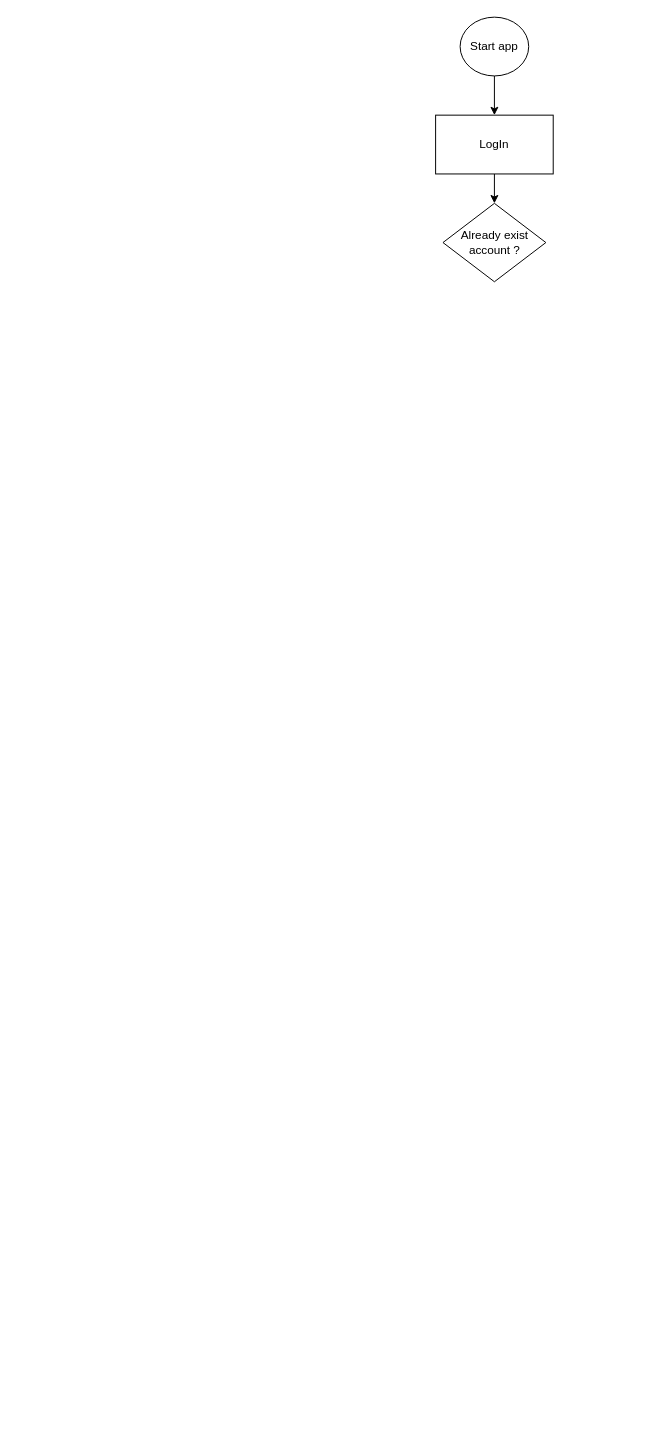
The draw.io diagram Untitled Diagram.drawio in vp656768/Business-Analyst, before the edit. Source tidied: cells renumbered, new cells numbered last; positions are measured from the earlier drawing's top-left corner, leaving out a move shared by most shapes. Both pictures are drawn from the tidied source at 98%, with x=0, y=0 at pixel (435, 17).
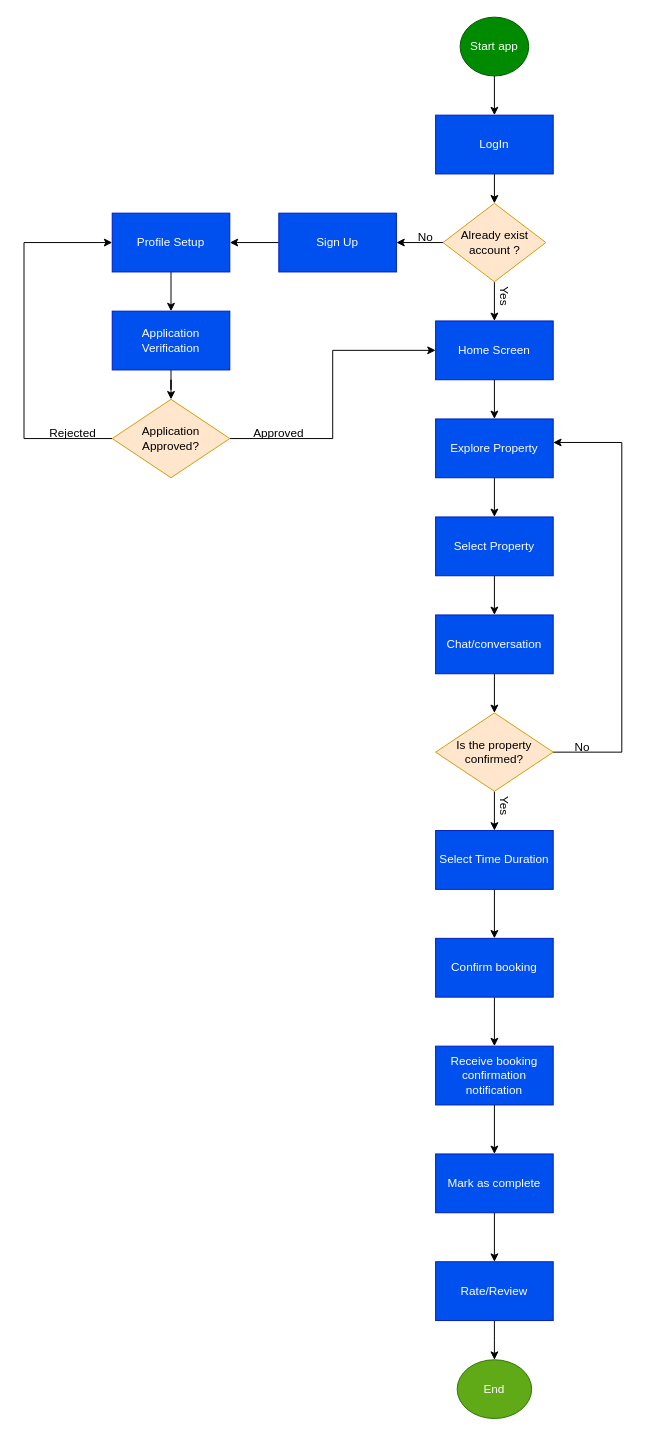
The same page after the edit.

The edit, as a diff of the source:
```diff
@@
-    <mxCell id="3" value="Start app" style="ellipse;whiteSpace=wrap;html=1;" parent="1" vertex="1">
+    <mxCell id="3" value="Start app" style="ellipse;whiteSpace=wrap;html=1;fillColor=#008a00;fontColor=#ffffff;strokeColor=#005700;" parent="1" vertex="1">
       <mxGeometry x="25" width="70" height="60" as="geometry" />
     </mxCell>
@@
-    <mxCell id="5" value="LogIn" style="whiteSpace=wrap;html=1;" parent="1" vertex="1">
+    <mxCell id="5" value="LogIn" style="whiteSpace=wrap;html=1;fillColor=#0050ef;fontColor=#ffffff;strokeColor=#001DBC;" parent="1" vertex="1">
       <mxGeometry y="100" width="120" height="60" as="geometry" />
     </mxCell>
+    <mxCell id="7" style="edgeStyle=orthogonalEdgeStyle;rounded=0;jettySize=auto;html=1;" parent="1" edge="1" source="6" target="10">
+      <mxGeometry relative="1" as="geometry" />
+    </mxCell>
+    <mxCell id="8" style="edgeStyle=orthogonalEdgeStyle;rounded=0;jettySize=auto;html=1;" parent="1" edge="1" source="6" target="12">
+      <mxGeometry relative="1" as="geometry" />
+    </mxCell>
-    <mxCell id="6" value="Already exist account ?" style="rhombus;whiteSpace=wrap;html=1;" parent="1" vertex="1">
+    <mxCell id="6" value="Already exist account ?" style="rhombus;whiteSpace=wrap;html=1;fillColor=#ffe6cc;strokeColor=#d79b00;" parent="1" vertex="1">
       <mxGeometry x="7.5" y="190" width="105" height="80" as="geometry" />
     </mxCell>
+    <mxCell id="9" style="edgeStyle=orthogonalEdgeStyle;rounded=0;jettySize=auto;html=1;" parent="1" edge="1" source="10" target="21">
+      <mxGeometry relative="1" as="geometry" />
+    </mxCell>
+    <mxCell id="10" value="Home Screen" style="whiteSpace=wrap;html=1;fillColor=#0050ef;fontColor=#ffffff;strokeColor=#001DBC;" parent="1" vertex="1">
+      <mxGeometry y="310" width="120" height="60" as="geometry" />
+    </mxCell>
+    <mxCell id="11" style="edgeStyle=orthogonalEdgeStyle;rounded=0;jettySize=auto;html=1;" parent="1" edge="1" source="12" target="14">
+      <mxGeometry relative="1" as="geometry" />
+    </mxCell>
+    <mxCell id="12" value="Sign Up" style="whiteSpace=wrap;html=1;fillColor=#0050ef;fontColor=#ffffff;strokeColor=#001DBC;" parent="1" vertex="1">
+      <mxGeometry x="-160" y="200" width="120" height="60" as="geometry" />
+    </mxCell>
+    <mxCell id="13" style="edgeStyle=orthogonalEdgeStyle;rounded=0;jettySize=auto;html=1;" parent="1" edge="1" source="14" target="16">
+      <mxGeometry relative="1" as="geometry" />
+    </mxCell>
+    <mxCell id="14" value="Profile Setup" style="whiteSpace=wrap;html=1;fillColor=#0050ef;fontColor=#ffffff;strokeColor=#001DBC;" parent="1" vertex="1">
+      <mxGeometry x="-330" y="200" width="120" height="60" as="geometry" />
+    </mxCell>
+    <mxCell id="15" style="edgeStyle=orthogonalEdgeStyle;rounded=0;jettySize=auto;html=1;" parent="1" edge="1" source="16" target="19">
+      <mxGeometry relative="1" as="geometry" />
+    </mxCell>
+    <mxCell id="16" value="Application Verification" style="whiteSpace=wrap;html=1;fillColor=#0050ef;fontColor=#ffffff;strokeColor=#001DBC;" parent="1" vertex="1">
+      <mxGeometry x="-330" y="300" width="120" height="60" as="geometry" />
+    </mxCell>
+    <mxCell id="17" style="edgeStyle=orthogonalEdgeStyle;rounded=0;jettySize=auto;html=1;exitX=1;exitY=0.5;exitDx=0;exitDy=0;entryX=0;entryY=0.5;entryDx=0;entryDy=0;" parent="1" edge="1" source="19" target="10">
+      <mxGeometry relative="1" as="geometry" />
+    </mxCell>
+    <mxCell id="18" style="edgeStyle=orthogonalEdgeStyle;rounded=0;jettySize=auto;html=1;exitX=0;exitY=0.5;exitDx=0;exitDy=0;entryX=0;entryY=0.5;entryDx=0;entryDy=0;" parent="1" edge="1" source="19" target="14">
+      <mxGeometry relative="1" as="geometry">
+        <Array as="points">
+          <mxPoint x="-420" y="430" />
+          <mxPoint x="-420" y="230" />
+        </Array>
+      </mxGeometry>
+    </mxCell>
+    <mxCell id="19" value="Application Approved?" style="rhombus;whiteSpace=wrap;html=1;fillColor=#ffe6cc;strokeColor=#d79b00;" parent="1" vertex="1">
+      <mxGeometry x="-330" y="390" width="120" height="80" as="geometry" />
+    </mxCell>
+    <mxCell id="20" style="edgeStyle=orthogonalEdgeStyle;rounded=0;jettySize=auto;html=1;" parent="1" edge="1" source="21" target="23">
+      <mxGeometry relative="1" as="geometry" />
+    </mxCell>
+    <mxCell id="21" value="Explore Property" style="whiteSpace=wrap;html=1;fillColor=#0050ef;fontColor=#ffffff;strokeColor=#001DBC;" parent="1" vertex="1">
+      <mxGeometry y="410" width="120" height="60" as="geometry" />
+    </mxCell>
+    <mxCell id="22" style="edgeStyle=orthogonalEdgeStyle;rounded=0;jettySize=auto;html=1;" parent="1" edge="1" source="23" target="25">
+      <mxGeometry relative="1" as="geometry" />
+    </mxCell>
+    <mxCell id="23" value="Select Property" style="whiteSpace=wrap;html=1;fillColor=#0050ef;fontColor=#ffffff;strokeColor=#001DBC;" parent="1" vertex="1">
+      <mxGeometry y="510" width="120" height="60" as="geometry" />
+    </mxCell>
+    <mxCell id="24" style="edgeStyle=orthogonalEdgeStyle;rounded=0;jettySize=auto;html=1;" parent="1" edge="1" source="25" target="27">
+      <mxGeometry relative="1" as="geometry" />
+    </mxCell>
+    <mxCell id="25" value="Chat/conversation" style="whiteSpace=wrap;html=1;fillColor=#0050ef;fontColor=#ffffff;strokeColor=#001DBC;" parent="1" vertex="1">
+      <mxGeometry y="610" width="120" height="60" as="geometry" />
+    </mxCell>
+    <mxCell id="26" style="edgeStyle=orthogonalEdgeStyle;rounded=0;jettySize=auto;html=1;" parent="1" edge="1" source="27" target="30">
+      <mxGeometry relative="1" as="geometry" />
+    </mxCell>
+    <mxCell id="27" style="rhombus;whiteSpace=wrap;html=1;fillColor=#ffe6cc;strokeColor=#d79b00;" parent="1" vertex="1">
+      <mxGeometry y="710" width="120" height="80" as="geometry" />
+    </mxCell>
+    <mxCell id="28" value="Is the property confirmed?" style="text;html=1;align=center;verticalAlign=middle;whiteSpace=wrap;rounded=0;" parent="1" vertex="1">
+      <mxGeometry x="20" y="735" width="80" height="30" as="geometry" />
+    </mxCell>
+    <mxCell id="29" style="edgeStyle=orthogonalEdgeStyle;rounded=0;jettySize=auto;html=1;" parent="1" edge="1" source="30" target="32">
+      <mxGeometry relative="1" as="geometry" />
+    </mxCell>
+    <mxCell id="30" value="Select Time Duration" style="whiteSpace=wrap;html=1;fillColor=#0050ef;fontColor=#ffffff;strokeColor=#001DBC;" parent="1" vertex="1">
+      <mxGeometry y="830" width="120" height="60" as="geometry" />
+    </mxCell>
+    <mxCell id="31" style="edgeStyle=orthogonalEdgeStyle;rounded=0;jettySize=auto;html=1;" parent="1" edge="1" source="32" target="34">
+      <mxGeometry relative="1" as="geometry" />
+    </mxCell>
+    <mxCell id="32" value="Confirm booking" style="whiteSpace=wrap;html=1;fillColor=#0050ef;fontColor=#ffffff;strokeColor=#001DBC;" parent="1" vertex="1">
+      <mxGeometry y="940" width="120" height="60" as="geometry" />
+    </mxCell>
+    <mxCell id="33" style="edgeStyle=orthogonalEdgeStyle;rounded=0;jettySize=auto;html=1;" parent="1" edge="1" source="34" target="37">
+      <mxGeometry relative="1" as="geometry" />
+    </mxCell>
+    <mxCell id="34" value="Receive booking confirmation notification" style="whiteSpace=wrap;html=1;fillColor=#0050ef;fontColor=#ffffff;strokeColor=#001DBC;" parent="1" vertex="1">
+      <mxGeometry y="1050" width="120" height="60" as="geometry" />
+    </mxCell>
+    <mxCell id="35" style="edgeStyle=orthogonalEdgeStyle;rounded=0;jettySize=auto;html=1;exitX=1;exitY=0.5;exitDx=0;exitDy=0;entryX=1;entryY=0.4;entryDx=0;entryDy=0;entryPerimeter=0;" parent="1" edge="1" source="27" target="21">
+      <mxGeometry relative="1" as="geometry">
+        <Array as="points">
+          <mxPoint x="190" y="750" />
+          <mxPoint x="190" y="434" />
+        </Array>
+      </mxGeometry>
+    </mxCell>
+    <mxCell id="36" style="edgeStyle=orthogonalEdgeStyle;rounded=0;jettySize=auto;html=1;" parent="1" edge="1" source="37" target="39">
+      <mxGeometry relative="1" as="geometry" />
+    </mxCell>
+    <mxCell id="37" value="Mark as complete" style="whiteSpace=wrap;html=1;fillColor=#0050ef;fontColor=#ffffff;strokeColor=#001DBC;" parent="1" vertex="1">
+      <mxGeometry y="1160" width="120" height="60" as="geometry" />
+    </mxCell>
+    <mxCell id="38" style="edgeStyle=orthogonalEdgeStyle;rounded=0;jettySize=auto;html=1;" parent="1" edge="1" source="39">
+      <mxGeometry relative="1" as="geometry">
+        <mxPoint x="60" y="1370" as="targetPoint" />
+      </mxGeometry>
+    </mxCell>
+    <mxCell id="39" value="Rate/Review" style="whiteSpace=wrap;html=1;fillColor=#0050ef;fontColor=#ffffff;strokeColor=#001DBC;" parent="1" vertex="1">
+      <mxGeometry y="1270" width="120" height="60" as="geometry" />
+    </mxCell>
+    <mxCell id="40" value="End" style="ellipse;whiteSpace=wrap;html=1;fillColor=#60a917;fontColor=#ffffff;strokeColor=#2D7600;" parent="1" vertex="1">
+      <mxGeometry x="22" y="1370" width="76" height="60" as="geometry" />
+    </mxCell>
+    <mxCell id="41" value="Yes" style="text;html=1;align=center;verticalAlign=middle;whiteSpace=wrap;rounded=0;rotation=90;" parent="1" vertex="1">
+      <mxGeometry x="40" y="270" width="60" height="30" as="geometry" />
+    </mxCell>
+    <mxCell id="42" value="No" style="text;html=1;align=center;verticalAlign=middle;whiteSpace=wrap;rounded=0;" parent="1" vertex="1">
+      <mxGeometry x="-40" y="210" width="60" height="30" as="geometry" />
+    </mxCell>
+    <mxCell id="43" value="Approved" style="text;html=1;align=center;verticalAlign=middle;whiteSpace=wrap;rounded=0;" parent="1" vertex="1">
+      <mxGeometry x="-190" y="410" width="60" height="30" as="geometry" />
+    </mxCell>
+    <mxCell id="44" value="Rejected" style="text;html=1;align=center;verticalAlign=middle;whiteSpace=wrap;rounded=0;" parent="1" vertex="1">
+      <mxGeometry x="-400" y="410" width="60" height="30" as="geometry" />
+    </mxCell>
+    <mxCell id="45" value="No" style="text;html=1;align=center;verticalAlign=middle;whiteSpace=wrap;rounded=0;" parent="1" vertex="1">
+      <mxGeometry x="120" y="730" width="60" height="30" as="geometry" />
+    </mxCell>
+    <mxCell id="46" value="Yes" style="text;html=1;align=center;verticalAlign=middle;whiteSpace=wrap;rounded=0;rotation=90;" parent="1" vertex="1">
+      <mxGeometry x="40" y="790" width="60" height="30" as="geometry" />
+    </mxCell>
```
